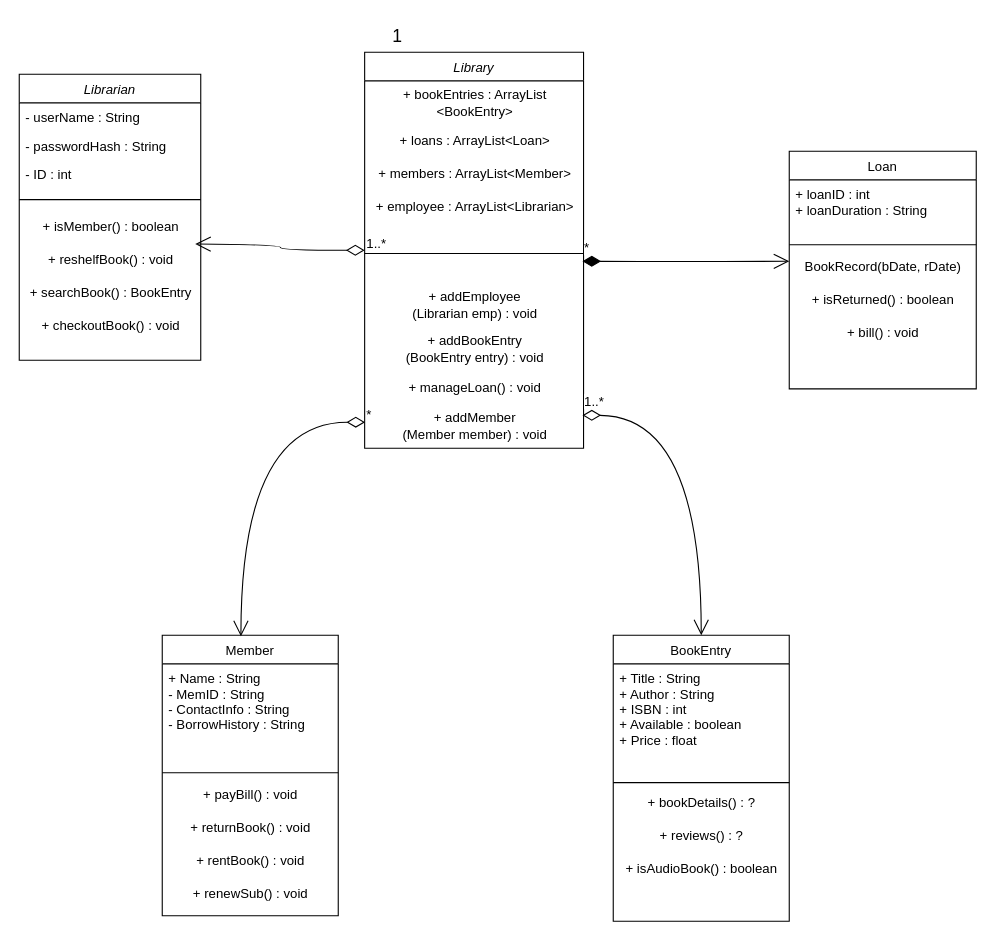
Before: Untitled Diagram.drawio in Twpendleton/ClassUMLDiagram, a draw.io diagram. Source tidied: cells renumbered, new cells numbered last; positions are measured from the earlier drawing's top-left corner, leaving out a move shared by most shapes. Both pictures are drawn from the tidied source at 110%, with x=0, y=0 at pixel (19, 19).
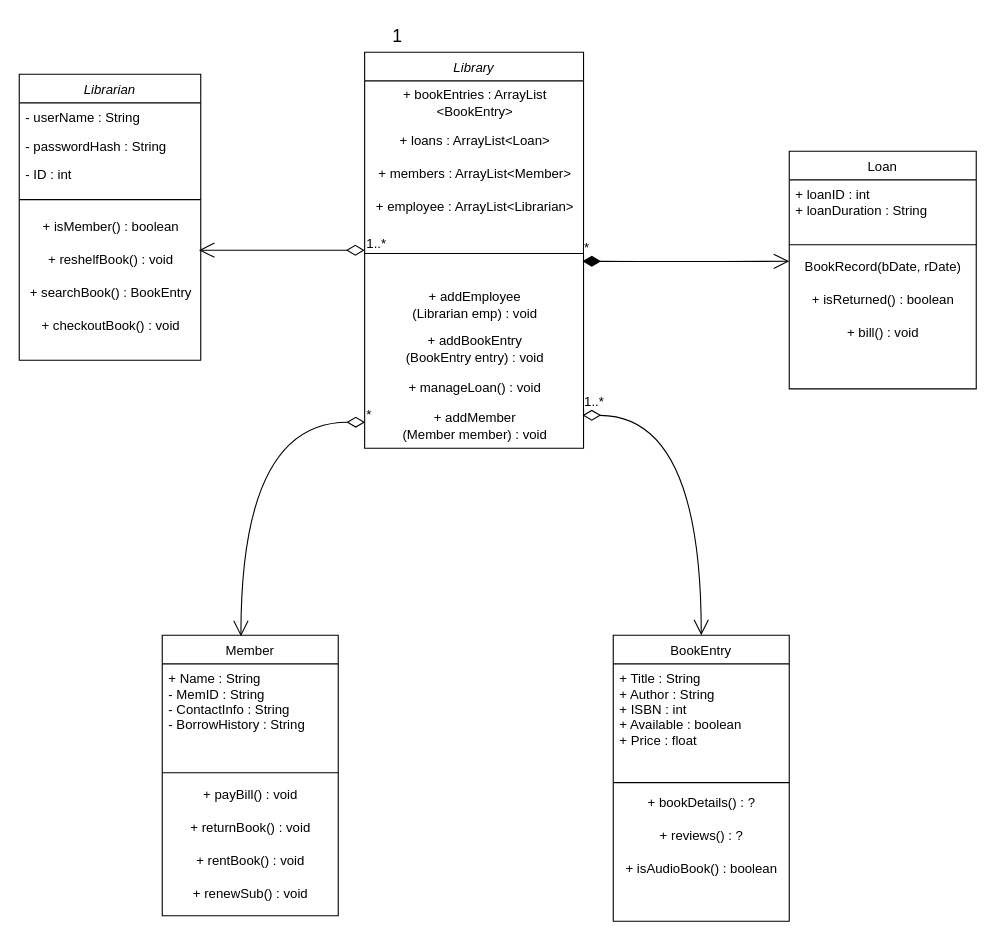
The same page after the edit.

Commit message:
Fix aggregation arrow for Library to Librarian

Unchanged cells that the change refers to:
```xml
<mxCell id="8" value="+ reshelfBook() : void" style="text;html=1;align=center;verticalAlign=middle;points=[];strokeColor=none;fillColor=none;" parent="2" vertex="1">
  <mxGeometry y="154" width="165" height="30" as="geometry" />
</mxCell>
<mxCell id="30" value="Library" style="swimlane;fontStyle=2;align=center;verticalAlign=top;horizontal=1;startSize=26;rounded=0;shadow=0;strokeWidth=1;" parent="1" vertex="1">
  <mxGeometry x="314" y="30" width="199" height="360" as="geometry" />
</mxCell>
```

Change to the diagram source:
```diff
@@
-    <mxCell id="41" value="1..*" style="endArrow=open;html=1;endSize=12;startArrow=diamondThin;startSize=14;startFill=0;edgeStyle=orthogonalEdgeStyle;align=left;verticalAlign=bottom;rounded=0;fontSize=12;curved=1;exitX=0;exitY=0.5;exitDx=0;exitDy=0;" parent="1" edge="1" source="30">
-      <mxGeometry x="-1" y="3" relative="1" as="geometry">
-        <mxPoint x="160" y="204.3" as="targetPoint" />
-      </mxGeometry>
+    <mxCell id="41" value="1..*" style="endArrow=open;html=1;endSize=12;startArrow=diamondThin;startSize=14;startFill=0;edgeStyle=orthogonalEdgeStyle;align=left;verticalAlign=bottom;rounded=0;fontSize=12;curved=1;exitX=0;exitY=0.5;exitDx=0;exitDy=0;entryX=0.99;entryY=0.198;entryDx=0;entryDy=0;entryPerimeter=0;" parent="1" edge="1" source="30" target="8">
+      <mxGeometry x="-1" y="3" relative="1" as="geometry" />
     </mxCell>
```
